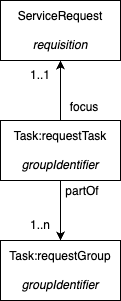
Earlier version of the draw.io export input/images/eRequestServReqTask.png (hl7au/draft-diagnostic-orders). Source tidied: cells renumbered, new cells last; positions are measured from the earlier drawing's top-left corner, leaving out a move shared by most shapes. The source it was exported from:
```xml
<mxGraphModel>
  <root>
    <mxCell id="0" />
    <mxCell id="1" parent="0" />
    <mxCell id="2" value="ServiceRequest&lt;br&gt;&lt;br&gt;&lt;i&gt;requisition&lt;/i&gt;" style="rounded=0;whiteSpace=wrap;html=1;" parent="1" vertex="1">
      <mxGeometry width="120" height="60" as="geometry" />
    </mxCell>
    <mxCell id="3" style="edgeStyle=orthogonalEdgeStyle;rounded=0;jettySize=auto;html=1;" parent="1" edge="1" source="4" target="2">
      <mxGeometry relative="1" as="geometry" />
    </mxCell>
    <mxCell id="4" value="Task:requestTask&lt;br&gt;&lt;br&gt;&lt;i&gt;groupIdentifier&lt;/i&gt;" style="rounded=0;whiteSpace=wrap;html=1;" parent="1" vertex="1">
      <mxGeometry y="120" width="120" height="60" as="geometry" />
    </mxCell>
    <mxCell id="5" style="edgeStyle=orthogonalEdgeStyle;rounded=0;jettySize=auto;html=1;entryX=0.5;entryY=1;entryDx=0;entryDy=0;endArrow=none;endFill=0;startArrow=classic;startFill=1;" parent="1" edge="1" source="6" target="4">
      <mxGeometry relative="1" as="geometry" />
    </mxCell>
    <mxCell id="6" value="Task:requestGroup&lt;br&gt;&lt;br&gt;&lt;i&gt;groupIdentifier&lt;/i&gt;" style="rounded=0;whiteSpace=wrap;html=1;" parent="1" vertex="1">
      <mxGeometry y="240" width="120" height="60" as="geometry" />
    </mxCell>
    <mxCell id="7" value="1..1" style="text;html=1;strokeColor=none;fillColor=none;align=center;verticalAlign=middle;whiteSpace=wrap;rounded=0;" parent="1" vertex="1">
      <mxGeometry x="10" y="60" width="60" height="30" as="geometry" />
    </mxCell>
    <mxCell id="8" value="1..n" style="text;html=1;strokeColor=none;fillColor=none;align=center;verticalAlign=middle;whiteSpace=wrap;rounded=0;" parent="1" vertex="1">
      <mxGeometry x="10" y="210" width="60" height="30" as="geometry" />
    </mxCell>
    <mxCell id="9" value="partOf" style="text;html=1;strokeColor=none;fillColor=none;align=center;verticalAlign=middle;whiteSpace=wrap;rounded=0;" parent="1" vertex="1">
      <mxGeometry x="52" y="176" width="60" height="30" as="geometry" />
    </mxCell>
    <mxCell id="10" value="focus" style="text;html=1;strokeColor=none;fillColor=none;align=center;verticalAlign=middle;whiteSpace=wrap;rounded=0;" parent="1" vertex="1">
      <mxGeometry x="54" y="92" width="60" height="30" as="geometry" />
    </mxCell>
  </root>
</mxGraphModel>
```
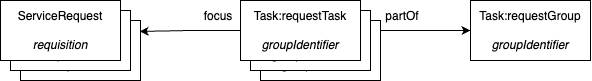
Later version of the same file.

The edit, as a diff of the source:
```diff
@@ -2,32 +2,38 @@
   <root>
     <mxCell id="0" />
     <mxCell id="1" parent="0" />
+    <mxCell id="3" style="edgeStyle=orthogonalEdgeStyle;rounded=0;jettySize=auto;html=1;entryX=0.993;entryY=0.182;entryDx=0;entryDy=0;entryPerimeter=0;" parent="1" edge="1" source="4" target="11">
+      <mxGeometry relative="1" as="geometry" />
+    </mxCell>
+    <mxCell id="11" value="ServiceRequest&lt;br&gt;&lt;br&gt;&lt;i&gt;requisition&lt;/i&gt;" style="rounded=0;whiteSpace=wrap;html=1;" parent="1" vertex="1">
+      <mxGeometry x="-20" y="20" width="120" height="60" as="geometry" />
+    </mxCell>
+    <mxCell id="12" value="ServiceRequest&lt;br&gt;&lt;br&gt;&lt;i&gt;requisition&lt;/i&gt;" style="rounded=0;whiteSpace=wrap;html=1;" parent="1" vertex="1">
+      <mxGeometry x="-30" y="10" width="120" height="60" as="geometry" />
+    </mxCell>
+    <mxCell id="5" style="edgeStyle=orthogonalEdgeStyle;rounded=0;jettySize=auto;html=1;entryX=1;entryY=0.5;entryDx=0;entryDy=0;endArrow=none;endFill=0;startArrow=classic;startFill=1;" parent="1" edge="1" source="6" target="4">
+      <mxGeometry relative="1" as="geometry" />
+    </mxCell>
+    <mxCell id="13" value="Task:requestTask&lt;br&gt;&lt;br&gt;&lt;i&gt;groupIdentifier&lt;/i&gt;" style="rounded=0;whiteSpace=wrap;html=1;" parent="1" vertex="1">
+      <mxGeometry x="220" y="20" width="120" height="60" as="geometry" />
+    </mxCell>
+    <mxCell id="14" value="Task:requestTask&lt;br&gt;&lt;br&gt;&lt;i&gt;groupIdentifier&lt;/i&gt;" style="rounded=0;whiteSpace=wrap;html=1;" parent="1" vertex="1">
+      <mxGeometry x="210" y="10" width="120" height="60" as="geometry" />
+    </mxCell>
     <mxCell id="2" value="ServiceRequest&lt;br&gt;&lt;br&gt;&lt;i&gt;requisition&lt;/i&gt;" style="rounded=0;whiteSpace=wrap;html=1;" parent="1" vertex="1">
-      <mxGeometry width="120" height="60" as="geometry" />
+      <mxGeometry x="-40" width="120" height="60" as="geometry" />
     </mxCell>
-    <mxCell id="3" style="edgeStyle=orthogonalEdgeStyle;rounded=0;jettySize=auto;html=1;" parent="1" edge="1" source="4" target="2">
-      <mxGeometry relative="1" as="geometry" />
-    </mxCell>
     <mxCell id="4" value="Task:requestTask&lt;br&gt;&lt;br&gt;&lt;i&gt;groupIdentifier&lt;/i&gt;" style="rounded=0;whiteSpace=wrap;html=1;" parent="1" vertex="1">
-      <mxGeometry y="120" width="120" height="60" as="geometry" />
+      <mxGeometry x="200" width="120" height="60" as="geometry" />
     </mxCell>
-    <mxCell id="5" style="edgeStyle=orthogonalEdgeStyle;rounded=0;jettySize=auto;html=1;entryX=0.5;entryY=1;entryDx=0;entryDy=0;endArrow=none;endFill=0;startArrow=classic;startFill=1;" parent="1" edge="1" source="6" target="4">
-      <mxGeometry relative="1" as="geometry" />
-    </mxCell>
     <mxCell id="6" value="Task:requestGroup&lt;br&gt;&lt;br&gt;&lt;i&gt;groupIdentifier&lt;/i&gt;" style="rounded=0;whiteSpace=wrap;html=1;" parent="1" vertex="1">
-      <mxGeometry y="240" width="120" height="60" as="geometry" />
+      <mxGeometry x="430" width="120" height="60" as="geometry" />
     </mxCell>
-    <mxCell id="7" value="1..1" style="text;html=1;strokeColor=none;fillColor=none;align=center;verticalAlign=middle;whiteSpace=wrap;rounded=0;" parent="1" vertex="1">
-      <mxGeometry x="10" y="60" width="60" height="30" as="geometry" />
-    </mxCell>
-    <mxCell id="8" value="1..n" style="text;html=1;strokeColor=none;fillColor=none;align=center;verticalAlign=middle;whiteSpace=wrap;rounded=0;" parent="1" vertex="1">
-      <mxGeometry x="10" y="210" width="60" height="30" as="geometry" />
-    </mxCell>
     <mxCell id="9" value="partOf" style="text;html=1;strokeColor=none;fillColor=none;align=center;verticalAlign=middle;whiteSpace=wrap;rounded=0;" parent="1" vertex="1">
-      <mxGeometry x="52" y="176" width="60" height="30" as="geometry" />
+      <mxGeometry x="332" y="1" width="60" height="30" as="geometry" />
     </mxCell>
     <mxCell id="10" value="focus" style="text;html=1;strokeColor=none;fillColor=none;align=center;verticalAlign=middle;whiteSpace=wrap;rounded=0;" parent="1" vertex="1">
-      <mxGeometry x="54" y="92" width="60" height="30" as="geometry" />
+      <mxGeometry x="148" y="1" width="60" height="30" as="geometry" />
     </mxCell>
   </root>
 </mxGraphModel>
```
